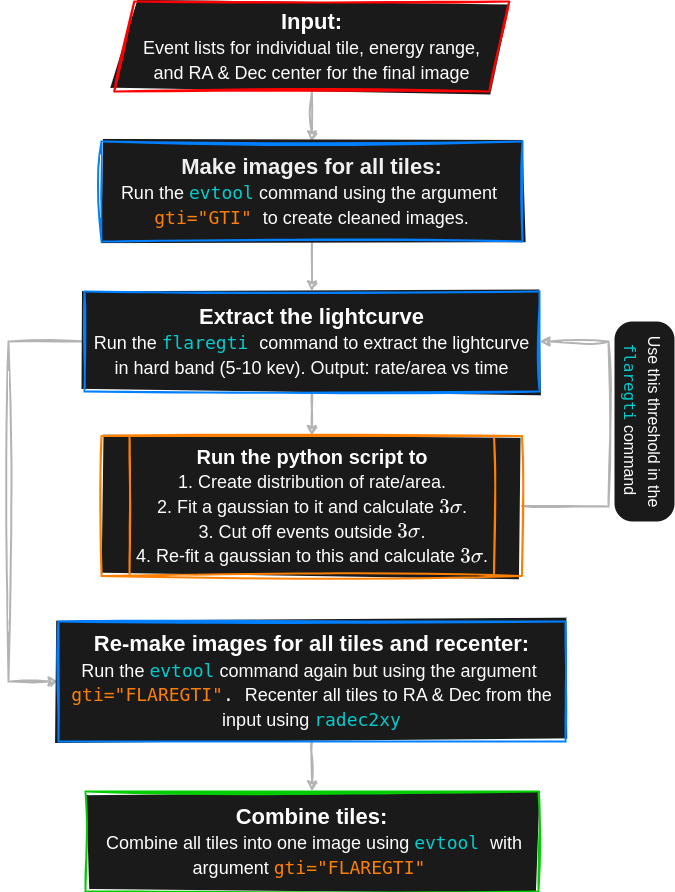
This is eROSITA_eSASS_Tutorials/Flowcharts/Flare_filtering_flowchart.png from AdiPandya/HEA_SNR_Tutorials, a draw.io export, as it was before one commit. Source tidied: cells renumbered, new cells last; positions are measured from the earlier drawing's top-left corner, leaving out a move shared by most shapes.
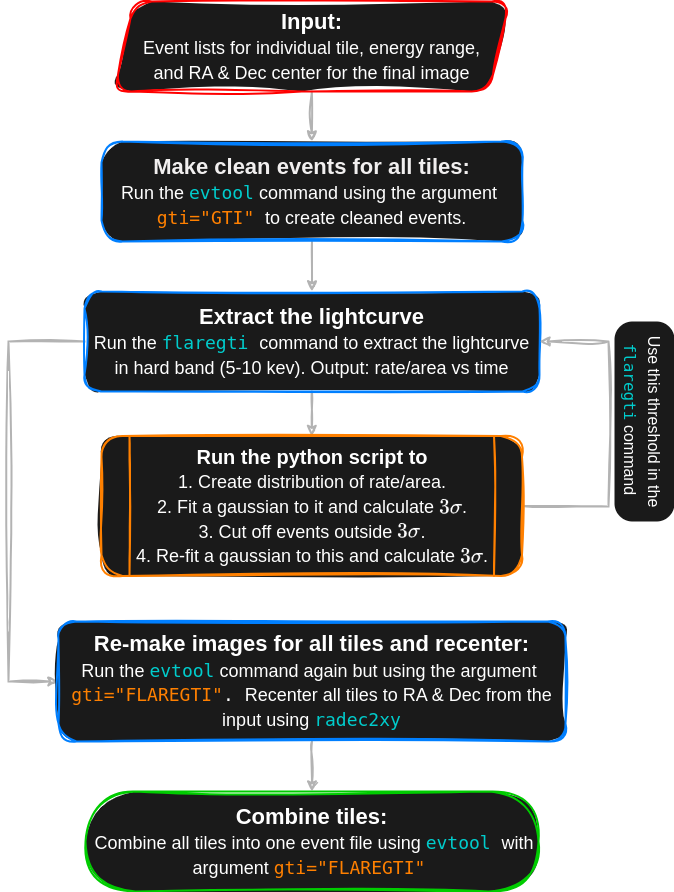
Later version of the same file.

Change to the diagram source:
```diff
@@ -5,7 +5,7 @@
     <mxCell id="2" style="edgeStyle=none;html=1;fontSize=20;fontColor=#00CCCC;strokeWidth=2;strokeColor=#B3B3B3;rounded=0;sketch=1;curveFitting=1;jiggle=2;" parent="1" edge="1" source="3" target="10">
       <mxGeometry relative="1" as="geometry" />
     </mxCell>
-    <mxCell id="3" value="&lt;font color=&quot;#ffffff&quot;&gt;&lt;b style=&quot;&quot;&gt;&lt;font style=&quot;font-size: 22px;&quot;&gt;Input: &lt;/font&gt;&lt;/b&gt;&lt;br&gt;&lt;span style=&quot;font-size: 18px;&quot;&gt;Event lists for individual tile, energy range, &lt;/span&gt;&lt;br&gt;&lt;span style=&quot;font-size: 18px;&quot;&gt;and RA &amp;amp; Dec center for the final image&lt;/span&gt;&lt;/font&gt;" style="shape=parallelogram;perimeter=parallelogramPerimeter;whiteSpace=wrap;html=1;fixedSize=1;fontSize=20;fillColor=#1A1A1A;strokeColor=#FF0000;strokeWidth=2;fillStyle=solid;rounded=0;sketch=1;curveFitting=1;jiggle=2;" parent="1" vertex="1">
+    <mxCell id="3" value="&lt;font color=&quot;#ffffff&quot;&gt;&lt;b style=&quot;&quot;&gt;&lt;font style=&quot;font-size: 22px;&quot;&gt;Input: &lt;/font&gt;&lt;/b&gt;&lt;br&gt;&lt;span style=&quot;font-size: 18px;&quot;&gt;Event lists for individual tile, energy range, &lt;/span&gt;&lt;br&gt;&lt;span style=&quot;font-size: 18px;&quot;&gt;and RA &amp;amp; Dec center for the final image&lt;/span&gt;&lt;/font&gt;" style="shape=parallelogram;perimeter=parallelogramPerimeter;whiteSpace=wrap;html=1;fixedSize=1;fontSize=20;fillColor=#1A1A1A;strokeColor=#FF0000;strokeWidth=2;fillStyle=solid;rounded=1;sketch=1;curveFitting=1;jiggle=2;arcSize=35;" parent="1" vertex="1">
       <mxGeometry x="105.8" width="395" height="90" as="geometry" />
     </mxCell>
     <mxCell id="4" style="edgeStyle=none;html=1;fontSize=20;fontColor=#00CCCC;strokeWidth=2;entryX=0.5;entryY=0;entryDx=0;entryDy=0;strokeColor=#B3B3B3;rounded=0;sketch=1;curveFitting=1;jiggle=2;" parent="1" edge="1" source="6" target="15">
@@ -19,7 +19,7 @@
         </Array>
       </mxGeometry>
     </mxCell>
-    <mxCell id="6" value="&lt;font style=&quot;font-size: 18px;&quot;&gt;&lt;font style=&quot;color: rgb(255, 255, 255); font-size: 22px;&quot;&gt;&lt;b&gt;Extract the lightcurve&lt;/b&gt;&lt;/font&gt;&lt;br&gt;&lt;font color=&quot;#ffffff&quot;&gt;Run the&amp;nbsp;&lt;/font&gt;&lt;span style=&quot;font-family: &amp;quot;Droid Sans Mono&amp;quot;, &amp;quot;monospace&amp;quot;, monospace;&quot;&gt;&lt;font color=&quot;#00cccc&quot;&gt;flaregti&lt;/font&gt;&lt;font color=&quot;#ffffff&quot;&gt;&amp;nbsp;&lt;/font&gt;&lt;/span&gt;&lt;font color=&quot;#ffffff&quot;&gt;command to extract the lightcurve &lt;/font&gt;&lt;br&gt;&lt;font color=&quot;#ffffff&quot;&gt;in hard band (5-10 kev). Output: rate/area vs time&lt;/font&gt;&lt;br&gt;&lt;/font&gt;" style="rounded=0;whiteSpace=wrap;html=1;fontSize=20;fontStyle=0;strokeColor=#007FFF;fillColor=#1A1A1A;strokeWidth=2;fillStyle=solid;sketch=1;curveFitting=1;jiggle=2;" parent="1" vertex="1">
+    <mxCell id="6" value="&lt;font style=&quot;font-size: 18px;&quot;&gt;&lt;font style=&quot;color: rgb(255, 255, 255); font-size: 22px;&quot;&gt;&lt;b&gt;Extract the lightcurve&lt;/b&gt;&lt;/font&gt;&lt;br&gt;&lt;font color=&quot;#ffffff&quot;&gt;Run the&amp;nbsp;&lt;/font&gt;&lt;span style=&quot;font-family: &amp;quot;Droid Sans Mono&amp;quot;, &amp;quot;monospace&amp;quot;, monospace;&quot;&gt;&lt;font color=&quot;#00cccc&quot;&gt;flaregti&lt;/font&gt;&lt;font color=&quot;#ffffff&quot;&gt;&amp;nbsp;&lt;/font&gt;&lt;/span&gt;&lt;font color=&quot;#ffffff&quot;&gt;command to extract the lightcurve &lt;/font&gt;&lt;br&gt;&lt;font color=&quot;#ffffff&quot;&gt;in hard band (5-10 kev). Output: rate/area vs time&lt;/font&gt;&lt;br&gt;&lt;/font&gt;" style="rounded=1;whiteSpace=wrap;html=1;fontSize=20;fontStyle=0;strokeColor=#007FFF;fillColor=#1A1A1A;strokeWidth=2;fillStyle=solid;sketch=1;curveFitting=1;jiggle=2;arcSize=17;" parent="1" vertex="1">
       <mxGeometry x="76" y="290" width="455" height="100" as="geometry" />
     </mxCell>
     <mxCell id="7" style="edgeStyle=none;html=1;entryX=1;entryY=0.5;entryDx=0;entryDy=0;fontSize=20;fontColor=#00CCCC;strokeWidth=2;exitX=1;exitY=0.5;exitDx=0;exitDy=0;strokeColor=#B3B3B3;rounded=0;sketch=1;curveFitting=1;jiggle=2;" parent="1" edge="1" source="15" target="6">
@@ -38,7 +38,7 @@
     <mxCell id="9" style="edgeStyle=none;html=1;fontColor=#F0F0F0;strokeWidth=2;strokeColor=#B3B3B3;rounded=0;sketch=1;curveFitting=1;jiggle=2;" parent="1" edge="1" source="10" target="6">
       <mxGeometry relative="1" as="geometry" />
     </mxCell>
-    <mxCell id="10" value="&lt;font style=&quot;&quot;&gt;&lt;span style=&quot;font-size: 22px;&quot;&gt;&lt;b&gt;&lt;font color=&quot;#f1efef&quot;&gt;Make images for all tiles:&lt;/font&gt;&lt;/b&gt;&lt;/span&gt;&lt;br&gt;&lt;font style=&quot;font-size: 18px;&quot;&gt;&lt;font style=&quot;font-size: 18px;&quot;&gt;&lt;font style=&quot;font-size: 18px;&quot;&gt;&lt;font color=&quot;#ffffff&quot;&gt;Run the&lt;/font&gt;&amp;nbsp;&lt;/font&gt;&lt;/font&gt;&lt;/font&gt;&lt;/font&gt;&lt;span style=&quot;font-family: &amp;quot;Droid Sans Mono&amp;quot;, &amp;quot;monospace&amp;quot;, monospace;&quot;&gt;&lt;font style=&quot;font-size: 18px;&quot; color=&quot;#00cccc&quot;&gt;evtool&lt;/font&gt;&lt;/span&gt;&lt;font style=&quot;font-size: 18px;&quot;&gt;&amp;nbsp;&lt;/font&gt;&lt;font style=&quot;font-size: 18px;&quot;&gt;&lt;font color=&quot;#ffffff&quot;&gt;command using the argument&amp;nbsp;&lt;br&gt;&lt;/font&gt;&lt;span style=&quot;font-family: &amp;quot;Droid Sans Mono&amp;quot;, &amp;quot;monospace&amp;quot;, monospace;&quot;&gt;&lt;font color=&quot;#ff8000&quot;&gt;gti=&quot;GTI&quot;&amp;nbsp;&lt;/font&gt;&lt;/span&gt;&lt;span style=&quot;color: rgb(255, 255, 255);&quot;&gt;to create cleaned images.&lt;/span&gt;&lt;br&gt;&lt;/font&gt;" style="rounded=0;whiteSpace=wrap;html=1;fontSize=20;fontStyle=0;fillColor=#1A1A1A;fillStyle=solid;strokeColor=#007FFF;strokeWidth=2;sketch=1;curveFitting=1;jiggle=2;" parent="1" vertex="1">
+    <mxCell id="10" value="&lt;font style=&quot;&quot;&gt;&lt;span style=&quot;font-size: 22px;&quot;&gt;&lt;b&gt;&lt;font color=&quot;#f1efef&quot;&gt;Make clean events for all tiles:&lt;/font&gt;&lt;/b&gt;&lt;/span&gt;&lt;br&gt;&lt;font style=&quot;font-size: 18px;&quot;&gt;&lt;font style=&quot;font-size: 18px;&quot;&gt;&lt;font style=&quot;font-size: 18px;&quot;&gt;&lt;font color=&quot;#ffffff&quot;&gt;Run the&lt;/font&gt;&amp;nbsp;&lt;/font&gt;&lt;/font&gt;&lt;/font&gt;&lt;/font&gt;&lt;span style=&quot;font-family: &amp;quot;Droid Sans Mono&amp;quot;, &amp;quot;monospace&amp;quot;, monospace;&quot;&gt;&lt;font style=&quot;font-size: 18px;&quot; color=&quot;#00cccc&quot;&gt;evtool&lt;/font&gt;&lt;/span&gt;&lt;font style=&quot;font-size: 18px;&quot;&gt;&amp;nbsp;&lt;/font&gt;&lt;font style=&quot;font-size: 18px;&quot;&gt;&lt;font color=&quot;#ffffff&quot;&gt;command using the argument&amp;nbsp;&lt;br&gt;&lt;/font&gt;&lt;span style=&quot;font-family: &amp;quot;Droid Sans Mono&amp;quot;, &amp;quot;monospace&amp;quot;, monospace;&quot;&gt;&lt;font color=&quot;#ff8000&quot;&gt;gti=&quot;GTI&quot;&amp;nbsp;&lt;/font&gt;&lt;/span&gt;&lt;span style=&quot;color: rgb(255, 255, 255);&quot;&gt;to create cleaned events.&lt;/span&gt;&lt;br&gt;&lt;/font&gt;" style="rounded=1;whiteSpace=wrap;html=1;fontSize=20;fontStyle=0;fillColor=#1A1A1A;fillStyle=solid;strokeColor=#007FFF;strokeWidth=2;sketch=1;curveFitting=1;jiggle=2;arcSize=21;glass=0;shadow=0;" parent="1" vertex="1">
       <mxGeometry x="93" y="140" width="421" height="100" as="geometry" />
     </mxCell>
     <mxCell id="11" value="&lt;font color=&quot;#ffffff&quot; style=&quot;font-size: 16px;&quot;&gt;Use this threshold&amp;nbsp;in the&lt;br&gt;&lt;/font&gt;&lt;span style=&quot;color: rgb(0, 204, 204); font-family: &amp;quot;Droid Sans Mono&amp;quot;, &amp;quot;monospace&amp;quot;, monospace;&quot;&gt;&lt;font style=&quot;font-size: 16px;&quot;&gt;flaregti&lt;/font&gt;&lt;/span&gt;&lt;font color=&quot;#ffffff&quot; style=&quot;font-size: 16px;&quot;&gt;&amp;nbsp;command&amp;nbsp;&lt;/font&gt;" style="text;html=1;align=center;verticalAlign=middle;strokeColor=none;fillColor=#1A1A1A;fontSize=20;fontColor=#FF8000;rotation=90;fillStyle=solid;rounded=1;arcSize=30;glass=0;shadow=0;" parent="1" vertex="1">
@@ -47,13 +47,13 @@
     <mxCell id="12" style="edgeStyle=none;html=1;fontSize=16;fontColor=#00CCCC;strokeWidth=2;strokeColor=#B3B3B3;rounded=0;sketch=1;curveFitting=1;jiggle=2;" parent="1" edge="1" source="13" target="14">
       <mxGeometry relative="1" as="geometry" />
     </mxCell>
-    <mxCell id="13" value="&lt;font style=&quot;color: rgb(255, 255, 255);&quot;&gt;&lt;span style=&quot;font-size: 22px;&quot;&gt;&lt;b&gt;Re-make images for all tiles and recenter:&lt;/b&gt;&lt;/span&gt;&lt;br&gt;&lt;font style=&quot;font-size: 18px;&quot;&gt;&lt;font style=&quot;font-size: 18px;&quot;&gt;&lt;font style=&quot;font-size: 18px;&quot;&gt;Run the&amp;nbsp;&lt;/font&gt;&lt;/font&gt;&lt;/font&gt;&lt;/font&gt;&lt;span style=&quot;font-family: &amp;quot;Droid Sans Mono&amp;quot;, &amp;quot;monospace&amp;quot;, monospace;&quot;&gt;&lt;font color=&quot;#00cccc&quot; style=&quot;font-size: 18px;&quot;&gt;evtool&lt;/font&gt;&lt;/span&gt;&lt;font style=&quot;color: rgb(255, 255, 255); font-size: 18px;&quot;&gt;&amp;nbsp;&lt;/font&gt;&lt;font style=&quot;font-size: 18px;&quot;&gt;&lt;font color=&quot;#ffffff&quot;&gt;command again but using the argument&amp;nbsp;&lt;br&gt;&lt;/font&gt;&lt;span style=&quot;font-family: &amp;quot;Droid Sans Mono&amp;quot;, &amp;quot;monospace&amp;quot;, monospace;&quot;&gt;&lt;font color=&quot;#ff8000&quot;&gt;gti=&quot;FLAREGTI&quot;&lt;/font&gt;&lt;font color=&quot;#ffffff&quot;&gt;.&lt;/font&gt;&lt;font color=&quot;#ff8000&quot;&gt;&amp;nbsp;&lt;/font&gt;&lt;/span&gt;&lt;/font&gt;&lt;font style=&quot;color: rgb(255, 255, 255);&quot;&gt;&lt;font style=&quot;font-size: 18px;&quot;&gt;Recenter all tiles to RA &amp;amp; Dec from the input using&amp;nbsp;&lt;/font&gt;&lt;/font&gt;&lt;span style=&quot;font-family: &amp;quot;Droid Sans Mono&amp;quot;, &amp;quot;monospace&amp;quot;, monospace;&quot;&gt;&lt;font style=&quot;font-size: 18px;&quot; color=&quot;#00cccc&quot;&gt;radec2xy&lt;/font&gt;&lt;/span&gt;" style="rounded=0;whiteSpace=wrap;html=1;fontSize=20;fontStyle=0;strokeColor=#007FFF;fillColor=#1A1A1A;strokeWidth=2;fillStyle=solid;sketch=1;curveFitting=1;jiggle=2;" parent="1" vertex="1">
+    <mxCell id="13" value="&lt;font style=&quot;color: rgb(255, 255, 255);&quot;&gt;&lt;span style=&quot;font-size: 22px;&quot;&gt;&lt;b&gt;Re-make images for all tiles and recenter:&lt;/b&gt;&lt;/span&gt;&lt;br&gt;&lt;font style=&quot;font-size: 18px;&quot;&gt;&lt;font style=&quot;font-size: 18px;&quot;&gt;&lt;font style=&quot;font-size: 18px;&quot;&gt;Run the&amp;nbsp;&lt;/font&gt;&lt;/font&gt;&lt;/font&gt;&lt;/font&gt;&lt;span style=&quot;font-family: &amp;quot;Droid Sans Mono&amp;quot;, &amp;quot;monospace&amp;quot;, monospace;&quot;&gt;&lt;font color=&quot;#00cccc&quot; style=&quot;font-size: 18px;&quot;&gt;evtool&lt;/font&gt;&lt;/span&gt;&lt;font style=&quot;color: rgb(255, 255, 255); font-size: 18px;&quot;&gt;&amp;nbsp;&lt;/font&gt;&lt;font style=&quot;font-size: 18px;&quot;&gt;&lt;font color=&quot;#ffffff&quot;&gt;command again but using the argument&amp;nbsp;&lt;br&gt;&lt;/font&gt;&lt;span style=&quot;font-family: &amp;quot;Droid Sans Mono&amp;quot;, &amp;quot;monospace&amp;quot;, monospace;&quot;&gt;&lt;font color=&quot;#ff8000&quot;&gt;gti=&quot;FLAREGTI&quot;&lt;/font&gt;&lt;font color=&quot;#ffffff&quot;&gt;.&lt;/font&gt;&lt;font color=&quot;#ff8000&quot;&gt;&amp;nbsp;&lt;/font&gt;&lt;/span&gt;&lt;/font&gt;&lt;font style=&quot;color: rgb(255, 255, 255);&quot;&gt;&lt;font style=&quot;font-size: 18px;&quot;&gt;Recenter all tiles to RA &amp;amp; Dec from the input using&amp;nbsp;&lt;/font&gt;&lt;/font&gt;&lt;span style=&quot;font-family: &amp;quot;Droid Sans Mono&amp;quot;, &amp;quot;monospace&amp;quot;, monospace;&quot;&gt;&lt;font style=&quot;font-size: 18px;&quot; color=&quot;#00cccc&quot;&gt;radec2xy&lt;/font&gt;&lt;/span&gt;" style="rounded=1;whiteSpace=wrap;html=1;fontSize=20;fontStyle=0;strokeColor=#007FFF;fillColor=#1A1A1A;strokeWidth=2;fillStyle=solid;sketch=1;curveFitting=1;jiggle=2;" parent="1" vertex="1">
       <mxGeometry x="50" y="620" width="507" height="120" as="geometry" />
     </mxCell>
-    <mxCell id="14" value="&lt;font style=&quot;color: rgb(255, 255, 255);&quot;&gt;&lt;span style=&quot;font-size: 22px;&quot;&gt;&lt;b&gt;Combine tiles:&lt;/b&gt;&lt;/span&gt;&lt;br&gt;&lt;/font&gt;&lt;font style=&quot;color: rgb(255, 255, 255); font-size: 18px;&quot;&gt;&amp;nbsp;&lt;/font&gt;&lt;font style=&quot;font-size: 18px;&quot;&gt;&lt;font color=&quot;#ffffff&quot;&gt;Combine all tiles into one&amp;nbsp;&lt;/font&gt;&lt;font color=&quot;#ffffff&quot;&gt;image using&amp;nbsp;&lt;/font&gt;&lt;span style=&quot;font-family: &amp;quot;Droid Sans Mono&amp;quot;, &amp;quot;monospace&amp;quot;, monospace;&quot;&gt;&lt;font color=&quot;#00cccc&quot;&gt;evtool&lt;/font&gt; &lt;/span&gt;&lt;font color=&quot;#ffffff&quot;&gt;with argument&amp;nbsp;&lt;/font&gt;&lt;span style=&quot;font-family: &amp;quot;Droid Sans Mono&amp;quot;, &amp;quot;monospace&amp;quot;, monospace;&quot;&gt;&lt;font color=&quot;#ff8000&quot;&gt;gti=&quot;FLAREGTI&quot;&lt;/font&gt;&lt;/span&gt;&lt;font color=&quot;#ffffff&quot;&gt;&amp;nbsp;&lt;/font&gt;&lt;/font&gt;" style="rounded=0;whiteSpace=wrap;html=1;fontSize=20;fontStyle=0;strokeColor=#00CC00;fillColor=#1A1A1A;strokeWidth=2;fillStyle=solid;sketch=1;curveFitting=1;jiggle=2;" parent="1" vertex="1">
+    <mxCell id="14" value="&lt;font style=&quot;color: rgb(255, 255, 255);&quot;&gt;&lt;span style=&quot;font-size: 22px;&quot;&gt;&lt;b&gt;Combine tiles:&lt;/b&gt;&lt;/span&gt;&lt;br&gt;&lt;/font&gt;&lt;font style=&quot;color: rgb(255, 255, 255); font-size: 18px;&quot;&gt;&amp;nbsp;&lt;/font&gt;&lt;font style=&quot;font-size: 18px;&quot;&gt;&lt;font color=&quot;#ffffff&quot;&gt;Combine all tiles into one&amp;nbsp;&lt;/font&gt;&lt;font color=&quot;#ffffff&quot;&gt;event file using&amp;nbsp;&lt;/font&gt;&lt;span style=&quot;font-family: &amp;quot;Droid Sans Mono&amp;quot;, &amp;quot;monospace&amp;quot;, monospace;&quot;&gt;&lt;font color=&quot;#00cccc&quot;&gt;evtool&lt;/font&gt; &lt;/span&gt;&lt;font color=&quot;#ffffff&quot;&gt;with argument&amp;nbsp;&lt;/font&gt;&lt;span style=&quot;font-family: &amp;quot;Droid Sans Mono&amp;quot;, &amp;quot;monospace&amp;quot;, monospace;&quot;&gt;&lt;font color=&quot;#ff8000&quot;&gt;gti=&quot;FLAREGTI&quot;&lt;/font&gt;&lt;/span&gt;&lt;font color=&quot;#ffffff&quot;&gt;&amp;nbsp;&lt;/font&gt;&lt;/font&gt;" style="rounded=1;whiteSpace=wrap;html=1;fontSize=20;fontStyle=0;strokeColor=#00CC00;fillColor=#1A1A1A;strokeWidth=2;fillStyle=solid;sketch=1;curveFitting=1;jiggle=2;arcSize=50;" parent="1" vertex="1">
       <mxGeometry x="77" y="790" width="453" height="100" as="geometry" />
     </mxCell>
-    <mxCell id="15" value="&lt;font color=&quot;#ffffff&quot;&gt;&lt;b style=&quot;&quot;&gt;Run the python script to&lt;/b&gt;&lt;br&gt;&lt;span style=&quot;font-size: 18px;&quot;&gt;1. Create distribution of rate/area.&lt;/span&gt;&lt;br&gt;&lt;span style=&quot;font-size: 18px;&quot;&gt;2. Fit a gaussian to it and calculate&amp;nbsp;&lt;/span&gt;&lt;span style=&quot;font-size: 18px;&quot;&gt;\(3\sigma\).&lt;/span&gt;&lt;br&gt;&lt;span style=&quot;font-size: 18px;&quot;&gt;3. Cut off events outside&amp;nbsp;&lt;/span&gt;&lt;span style=&quot;font-size: 18px;&quot;&gt;\(3\sigma\)&lt;/span&gt;&lt;span style=&quot;font-size: 18px;&quot;&gt;.&lt;/span&gt;&lt;br&gt;&lt;span style=&quot;font-size: 18px;&quot;&gt;4. Re-fit a gaussian to this and calculate&amp;nbsp;&lt;/span&gt;&lt;span style=&quot;font-size: 18px;&quot;&gt;\(3\sigma\)&lt;/span&gt;&lt;span style=&quot;font-size: 18px;&quot;&gt;.&lt;/span&gt;&lt;/font&gt;" style="shape=process;whiteSpace=wrap;html=1;backgroundOutline=1;labelBackgroundColor=none;fontSize=20;fontColor=#00CCCC;size=0.06555555555555556;strokeColor=#FF8000;fillColor=#1A1A1A;strokeWidth=2;fillStyle=solid;rounded=0;sketch=1;curveFitting=1;jiggle=2;" parent="1" vertex="1">
+    <mxCell id="15" value="&lt;font color=&quot;#ffffff&quot;&gt;&lt;b style=&quot;&quot;&gt;Run the python script to&lt;/b&gt;&lt;br&gt;&lt;span style=&quot;font-size: 18px;&quot;&gt;1. Create distribution of rate/area.&lt;/span&gt;&lt;br&gt;&lt;span style=&quot;font-size: 18px;&quot;&gt;2. Fit a gaussian to it and calculate&amp;nbsp;&lt;/span&gt;&lt;span style=&quot;font-size: 18px;&quot;&gt;\(3\sigma\).&lt;/span&gt;&lt;br&gt;&lt;span style=&quot;font-size: 18px;&quot;&gt;3. Cut off events outside&amp;nbsp;&lt;/span&gt;&lt;span style=&quot;font-size: 18px;&quot;&gt;\(3\sigma\)&lt;/span&gt;&lt;span style=&quot;font-size: 18px;&quot;&gt;.&lt;/span&gt;&lt;br&gt;&lt;span style=&quot;font-size: 18px;&quot;&gt;4. Re-fit a gaussian to this and calculate&amp;nbsp;&lt;/span&gt;&lt;span style=&quot;font-size: 18px;&quot;&gt;\(3\sigma\)&lt;/span&gt;&lt;span style=&quot;font-size: 18px;&quot;&gt;.&lt;/span&gt;&lt;/font&gt;" style="shape=process;whiteSpace=wrap;html=1;backgroundOutline=1;labelBackgroundColor=none;fontSize=20;fontColor=#00CCCC;size=0.06555555555555556;strokeColor=#FF8000;fillColor=#1A1A1A;strokeWidth=2;fillStyle=solid;rounded=1;sketch=1;curveFitting=1;jiggle=2;" parent="1" vertex="1">
       <mxGeometry x="93" y="434.5" width="420.5" height="140" as="geometry" />
     </mxCell>
   </root>
```
